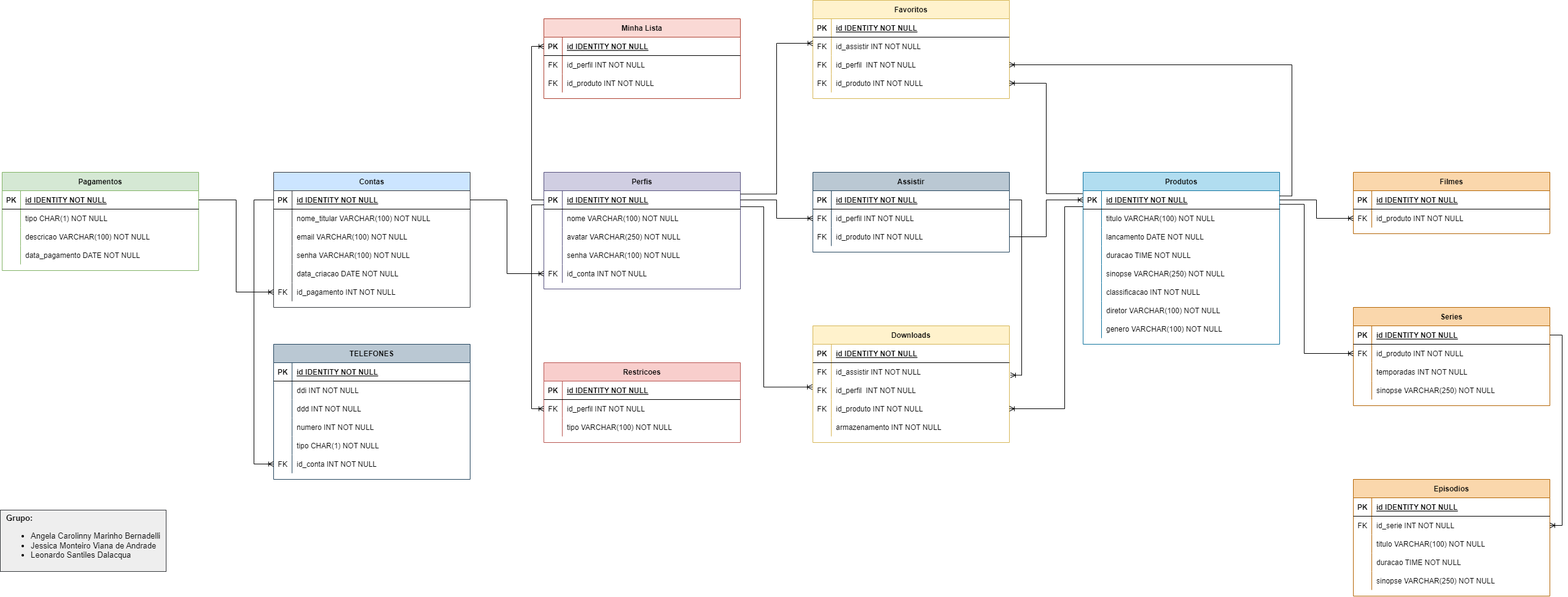
Earlier version of the draw.io export 03-modelo-logico/modelo-logico.png (leonardo-santiles/uniesp-banco-de-dados-I). Source tidied: cells renumbered, new cells last; positions are measured from the earlier drawing's top-left corner, leaving out a move shared by most shapes.
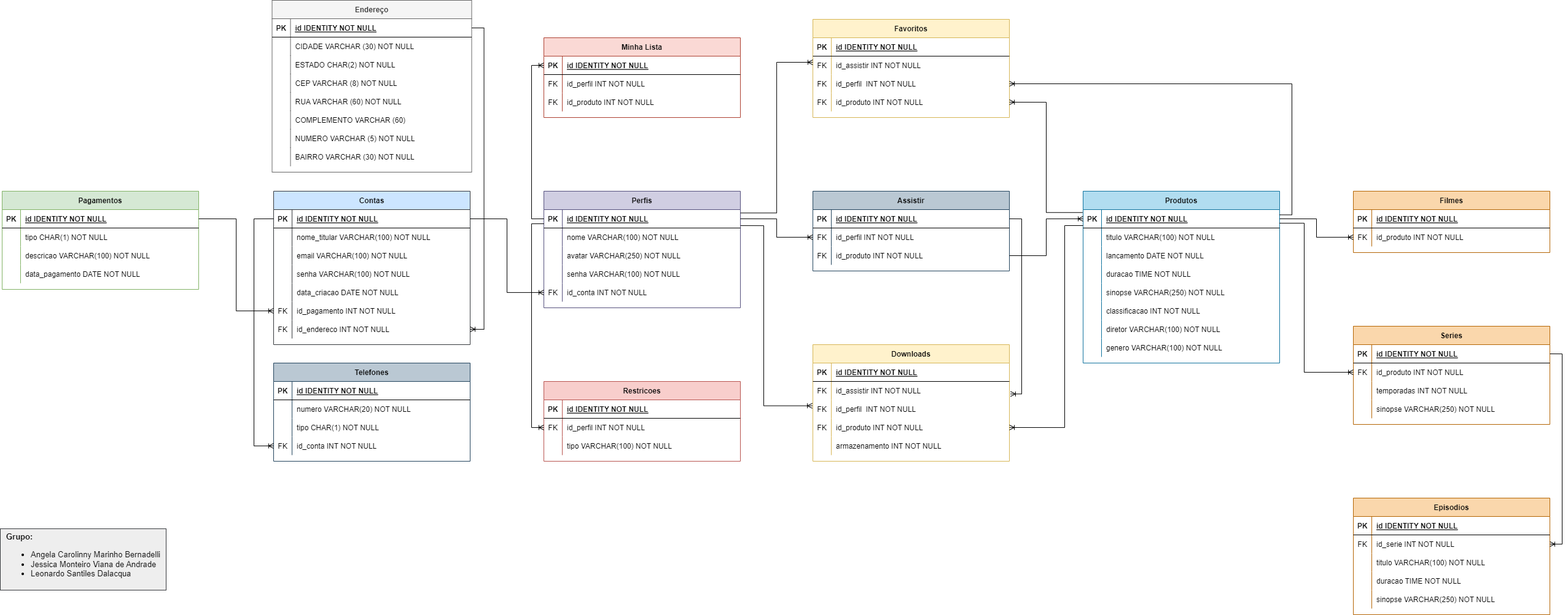
After the commit.

Commit message:
atualiza modelo lógico

The edit, as a diff of the source:
```diff
@@ -3,7 +3,7 @@
     <mxCell id="0" />
     <mxCell id="1" parent="0" />
     <mxCell id="2" value="Contas" style="shape=table;startSize=30;rowLines=0;fontStyle=1;align=center;fillColor=#cce5ff;strokeColor=#36393d;" parent="1" vertex="1">
-      <mxGeometry x="445" y="280" width="320" height="220" as="geometry" />
+      <mxGeometry x="445" y="280" width="320" height="250" as="geometry" />
     </mxCell>
     <mxCell id="3" style="shape=tableRow;horizontal=0;startSize=0;swimlaneHead=0;swimlaneBody=0;fillColor=none;points=[[0,0.5],[1,0.5]];portConstraint=eastwest;top=0;left=0;right=0;bottom=1;" parent="2" vertex="1">
       <mxGeometry y="30" width="320" height="30" as="geometry" />
@@ -59,8 +59,17 @@
     <mxCell id="20" value="id_pagamento INT NOT NULL" style="shape=partialRectangle;fillColor=none;top=0;left=0;bottom=0;right=0;align=left;spacingLeft=6;overflow=hidden;" parent="18" vertex="1">
       <mxGeometry x="30" width="290" height="30" as="geometry" />
     </mxCell>
+    <mxCell id="206" style="shape=tableRow;horizontal=0;startSize=0;swimlaneHead=0;swimlaneBody=0;fillColor=none;points=[[0,0.5],[1,0.5]];portConstraint=eastwest;top=0;left=0;right=0;bottom=0;" parent="2" vertex="1">
+      <mxGeometry y="210" width="320" height="30" as="geometry" />
+    </mxCell>
+    <mxCell id="207" value="FK" style="shape=partialRectangle;fillColor=none;top=0;left=0;bottom=0;right=0;overflow=hidden;" parent="206" vertex="1">
+      <mxGeometry width="30" height="30" as="geometry" />
+    </mxCell>
+    <mxCell id="208" value="id_endereco INT NOT NULL" style="shape=partialRectangle;fillColor=none;top=0;left=0;bottom=0;right=0;align=left;spacingLeft=6;overflow=hidden;" parent="206" vertex="1">
+      <mxGeometry x="30" width="290" height="30" as="geometry" />
+    </mxCell>
-    <mxCell id="21" value="TELEFONES" style="shape=table;startSize=30;rowLines=0;fontStyle=1;align=center;fillColor=#bac8d3;strokeColor=#23445d;" parent="1" vertex="1">
-      <mxGeometry x="445" y="560" width="320" height="220" as="geometry" />
+    <mxCell id="21" value="Telefones" style="shape=table;startSize=30;rowLines=0;fontStyle=1;align=center;fillColor=#bac8d3;strokeColor=#23445d;" parent="1" vertex="1">
+      <mxGeometry x="445" y="560" width="320" height="160" as="geometry" />
     </mxCell>
     <mxCell id="22" style="shape=tableRow;horizontal=0;startSize=0;swimlaneHead=0;swimlaneBody=0;fillColor=none;top=0;left=0;right=0;bottom=1;" parent="21" vertex="1">
       <mxGeometry y="30" width="320" height="30" as="geometry" />
@@ -71,35 +80,17 @@
     <mxCell id="24" value="id IDENTITY NOT NULL" style="shape=partialRectangle;fillColor=none;top=0;left=0;bottom=0;right=0;align=left;spacingLeft=6;fontStyle=5;overflow=hidden;" parent="22" vertex="1">
       <mxGeometry x="30" width="290" height="30" as="geometry" />
     </mxCell>
-    <mxCell id="25" style="shape=tableRow;horizontal=0;startSize=0;swimlaneHead=0;swimlaneBody=0;fillColor=none;top=0;left=0;right=0;bottom=0;" parent="21" vertex="1">
-      <mxGeometry y="60" width="320" height="30" as="geometry" />
-    </mxCell>
-    <mxCell id="26" style="shape=partialRectangle;fillColor=none;top=0;left=0;bottom=0;right=0;overflow=hidden;" parent="25" vertex="1">
-      <mxGeometry width="30" height="30" as="geometry" />
-    </mxCell>
-    <mxCell id="27" value="ddi INT NOT NULL" style="shape=partialRectangle;fillColor=none;top=0;left=0;bottom=0;right=0;align=left;spacingLeft=6;overflow=hidden;" parent="25" vertex="1">
-      <mxGeometry x="30" width="290" height="30" as="geometry" />
-    </mxCell>
-    <mxCell id="28" style="shape=tableRow;horizontal=0;startSize=0;swimlaneHead=0;swimlaneBody=0;fillColor=none;top=0;left=0;right=0;bottom=0;" parent="21" vertex="1">
-      <mxGeometry y="90" width="320" height="30" as="geometry" />
-    </mxCell>
-    <mxCell id="29" style="shape=partialRectangle;fillColor=none;top=0;left=0;bottom=0;right=0;overflow=hidden;" parent="28" vertex="1">
-      <mxGeometry width="30" height="30" as="geometry" />
-    </mxCell>
-    <mxCell id="30" value="ddd INT NOT NULL" style="shape=partialRectangle;fillColor=none;top=0;left=0;bottom=0;right=0;align=left;spacingLeft=6;overflow=hidden;" parent="28" vertex="1">
-      <mxGeometry x="30" width="290" height="30" as="geometry" />
-    </mxCell>
     <mxCell id="31" style="shape=tableRow;horizontal=0;startSize=0;swimlaneHead=0;swimlaneBody=0;fillColor=none;top=0;left=0;right=0;bottom=0;" parent="21" vertex="1">
-      <mxGeometry y="120" width="320" height="30" as="geometry" />
+      <mxGeometry y="60" width="320" height="30" as="geometry" />
     </mxCell>
     <mxCell id="32" style="shape=partialRectangle;fillColor=none;top=0;left=0;bottom=0;right=0;overflow=hidden;" parent="31" vertex="1">
       <mxGeometry width="30" height="30" as="geometry" />
     </mxCell>
-    <mxCell id="33" value="numero INT NOT NULL" style="shape=partialRectangle;fillColor=none;top=0;left=0;bottom=0;right=0;align=left;spacingLeft=6;overflow=hidden;" parent="31" vertex="1">
+    <mxCell id="33" value="numero VARCHAR(20) NOT NULL" style="shape=partialRectangle;fillColor=none;top=0;left=0;bottom=0;right=0;align=left;spacingLeft=6;overflow=hidden;" parent="31" vertex="1">
       <mxGeometry x="30" width="290" height="30" as="geometry" />
     </mxCell>
     <mxCell id="34" style="shape=tableRow;horizontal=0;startSize=0;swimlaneHead=0;swimlaneBody=0;fillColor=none;top=0;left=0;right=0;bottom=0;" parent="21" vertex="1">
-      <mxGeometry y="150" width="320" height="30" as="geometry" />
+      <mxGeometry y="90" width="320" height="30" as="geometry" />
     </mxCell>
     <mxCell id="35" style="shape=partialRectangle;fillColor=none;top=0;left=0;bottom=0;right=0;overflow=hidden;" parent="34" vertex="1">
       <mxGeometry width="30" height="30" as="geometry" />
@@ -108,7 +99,7 @@
       <mxGeometry x="30" width="290" height="30" as="geometry" />
     </mxCell>
     <mxCell id="37" style="shape=tableRow;horizontal=0;startSize=0;swimlaneHead=0;swimlaneBody=0;fillColor=none;points=[[0,0.5],[1,0.5]];portConstraint=eastwest;top=0;left=0;right=0;bottom=0;" parent="21" vertex="1">
-      <mxGeometry y="180" width="320" height="30" as="geometry" />
+      <mxGeometry y="120" width="320" height="30" as="geometry" />
     </mxCell>
     <mxCell id="38" value="FK" style="shape=partialRectangle;fillColor=none;top=0;left=0;bottom=0;right=0;overflow=hidden;" parent="37" vertex="1">
       <mxGeometry width="30" height="30" as="geometry" />
@@ -628,12 +619,90 @@
       <mxGeometry relative="1" as="geometry">
         <Array as="points">
           <mxPoint x="413" y="325" />
-          <mxPoint x="413" y="755" />
+          <mxPoint x="413" y="695" />
         </Array>
       </mxGeometry>
     </mxCell>
     <mxCell id="205" value="&lt;div style=&quot;text-align: left; font-size: 13px;&quot;&gt;&lt;b style=&quot;background-color: initial;&quot;&gt;Grupo:&lt;/b&gt;&lt;br&gt;&lt;/div&gt;&lt;font style=&quot;font-size: 13px;&quot;&gt;&lt;span id=&quot;docs-internal-guid-7353a7bc-7fff-5988-2c2f-52e2749c52a2&quot;&gt;&lt;div style=&quot;text-align: left;&quot;&gt;&lt;ul&gt;&lt;li&gt;&lt;span style=&quot;background-color: transparent; font-family: Arial;&quot;&gt;Angela Carolinny Marinho Bernadelli&lt;/span&gt;&lt;/li&gt;&lt;li&gt;Jessica Monteiro Viana de Andrade&lt;/li&gt;&lt;li&gt;Leonardo Santiles Dalacqua&lt;/li&gt;&lt;/ul&gt;&lt;/div&gt;&lt;/span&gt;&lt;/font&gt;" style="text;html=1;align=center;verticalAlign=middle;strokeColor=#36393d;fillColor=#eeeeee;" parent="1" vertex="1">
       <mxGeometry y="830" width="270" height="100" as="geometry" />
     </mxCell>
+    <mxCell id="209" value="Endereço" style="shape=table;startSize=30;rowLines=0;fontStyle=1;align=center;fillColor=#f5f5f5;strokeColor=#666666;fontColor=#333333;" parent="1" vertex="1">
+      <mxGeometry x="442.5" y="-31" width="325" height="280" as="geometry" />
+    </mxCell>
+    <mxCell id="210" style="shape=tableRow;horizontal=0;startSize=0;swimlaneHead=0;swimlaneBody=0;fillColor=none;points=[[0,0.5],[1,0.5]];portConstraint=eastwest;top=0;left=0;right=0;bottom=1;" parent="209" vertex="1">
+      <mxGeometry y="30" width="325" height="30" as="geometry" />
+    </mxCell>
+    <mxCell id="211" value="PK" style="shape=partialRectangle;fillColor=none;top=0;left=0;bottom=0;right=0;fontStyle=1;overflow=hidden;" parent="210" vertex="1">
+      <mxGeometry width="30" height="30" as="geometry" />
+    </mxCell>
+    <mxCell id="212" value="id IDENTITY NOT NULL" style="shape=partialRectangle;fillColor=none;top=0;left=0;bottom=0;right=0;align=left;spacingLeft=6;fontStyle=5;overflow=hidden;" parent="210" vertex="1">
+      <mxGeometry x="30" width="295" height="30" as="geometry" />
+    </mxCell>
+    <mxCell id="213" style="shape=tableRow;horizontal=0;startSize=0;swimlaneHead=0;swimlaneBody=0;fillColor=none;top=0;left=0;right=0;bottom=0;" parent="209" vertex="1">
+      <mxGeometry y="60" width="325" height="30" as="geometry" />
+    </mxCell>
+    <mxCell id="214" style="shape=partialRectangle;fillColor=none;top=0;left=0;bottom=0;right=0;overflow=hidden;" parent="213" vertex="1">
+      <mxGeometry width="30" height="30" as="geometry" />
+    </mxCell>
+    <mxCell id="215" value="CIDADE VARCHAR (30) NOT NULL" style="shape=partialRectangle;fillColor=none;top=0;left=0;bottom=0;right=0;align=left;spacingLeft=6;overflow=hidden;" parent="213" vertex="1">
+      <mxGeometry x="30" width="295" height="30" as="geometry" />
+    </mxCell>
+    <mxCell id="216" style="shape=tableRow;horizontal=0;startSize=0;swimlaneHead=0;swimlaneBody=0;fillColor=none;top=0;left=0;right=0;bottom=0;" parent="209" vertex="1">
+      <mxGeometry y="90" width="325" height="30" as="geometry" />
+    </mxCell>
+    <mxCell id="217" style="shape=partialRectangle;fillColor=none;top=0;left=0;bottom=0;right=0;overflow=hidden;" parent="216" vertex="1">
+      <mxGeometry width="30" height="30" as="geometry" />
+    </mxCell>
+    <mxCell id="218" value="ESTADO CHAR(2) NOT NULL" style="shape=partialRectangle;fillColor=none;top=0;left=0;bottom=0;right=0;align=left;spacingLeft=6;overflow=hidden;" parent="216" vertex="1">
+      <mxGeometry x="30" width="295" height="30" as="geometry" />
+    </mxCell>
+    <mxCell id="219" style="shape=tableRow;horizontal=0;startSize=0;swimlaneHead=0;swimlaneBody=0;fillColor=none;top=0;left=0;right=0;bottom=0;" parent="209" vertex="1">
+      <mxGeometry y="120" width="325" height="30" as="geometry" />
+    </mxCell>
+    <mxCell id="220" style="shape=partialRectangle;fillColor=none;top=0;left=0;bottom=0;right=0;overflow=hidden;" parent="219" vertex="1">
+      <mxGeometry width="30" height="30" as="geometry" />
+    </mxCell>
+    <mxCell id="221" value="CEP VARCHAR (8) NOT NULL" style="shape=partialRectangle;fillColor=none;top=0;left=0;bottom=0;right=0;align=left;spacingLeft=6;overflow=hidden;" parent="219" vertex="1">
+      <mxGeometry x="30" width="295" height="30" as="geometry" />
+    </mxCell>
+    <mxCell id="222" style="shape=tableRow;horizontal=0;startSize=0;swimlaneHead=0;swimlaneBody=0;fillColor=none;top=0;left=0;right=0;bottom=0;" parent="209" vertex="1">
+      <mxGeometry y="150" width="325" height="30" as="geometry" />
+    </mxCell>
+    <mxCell id="223" style="shape=partialRectangle;fillColor=none;top=0;left=0;bottom=0;right=0;overflow=hidden;" parent="222" vertex="1">
+      <mxGeometry width="30" height="30" as="geometry" />
+    </mxCell>
+    <mxCell id="224" value="RUA VARCHAR (60) NOT NULL" style="shape=partialRectangle;fillColor=none;top=0;left=0;bottom=0;right=0;align=left;spacingLeft=6;overflow=hidden;" parent="222" vertex="1">
+      <mxGeometry x="30" width="295" height="30" as="geometry" />
+    </mxCell>
+    <mxCell id="225" style="shape=tableRow;horizontal=0;startSize=0;swimlaneHead=0;swimlaneBody=0;fillColor=none;top=0;left=0;right=0;bottom=0;" parent="209" vertex="1">
+      <mxGeometry y="180" width="325" height="30" as="geometry" />
+    </mxCell>
+    <mxCell id="226" style="shape=partialRectangle;fillColor=none;top=0;left=0;bottom=0;right=0;overflow=hidden;" parent="225" vertex="1">
+      <mxGeometry width="30" height="30" as="geometry" />
+    </mxCell>
+    <mxCell id="227" value="COMPLEMENTO VARCHAR (60)" style="shape=partialRectangle;fillColor=none;top=0;left=0;bottom=0;right=0;align=left;spacingLeft=6;overflow=hidden;" parent="225" vertex="1">
+      <mxGeometry x="30" width="295" height="30" as="geometry" />
+    </mxCell>
+    <mxCell id="228" style="shape=tableRow;horizontal=0;startSize=0;swimlaneHead=0;swimlaneBody=0;fillColor=none;top=0;left=0;right=0;bottom=0;" parent="209" vertex="1">
+      <mxGeometry y="210" width="325" height="30" as="geometry" />
+    </mxCell>
+    <mxCell id="229" style="shape=partialRectangle;fillColor=none;top=0;left=0;bottom=0;right=0;overflow=hidden;" parent="228" vertex="1">
+      <mxGeometry width="30" height="30" as="geometry" />
+    </mxCell>
+    <mxCell id="230" value="NUMERO VARCHAR (5) NOT NULL" style="shape=partialRectangle;fillColor=none;top=0;left=0;bottom=0;right=0;align=left;spacingLeft=6;overflow=hidden;" parent="228" vertex="1">
+      <mxGeometry x="30" width="295" height="30" as="geometry" />
+    </mxCell>
+    <mxCell id="231" style="shape=tableRow;horizontal=0;startSize=0;swimlaneHead=0;swimlaneBody=0;fillColor=none;top=0;left=0;right=0;bottom=0;" parent="209" vertex="1">
+      <mxGeometry y="240" width="325" height="30" as="geometry" />
+    </mxCell>
+    <mxCell id="232" style="shape=partialRectangle;fillColor=none;top=0;left=0;bottom=0;right=0;overflow=hidden;" parent="231" vertex="1">
+      <mxGeometry width="30" height="30" as="geometry" />
+    </mxCell>
+    <mxCell id="233" value="BAIRRO VARCHAR (30) NOT NULL" style="shape=partialRectangle;fillColor=none;top=0;left=0;bottom=0;right=0;align=left;spacingLeft=6;overflow=hidden;" parent="231" vertex="1">
+      <mxGeometry x="30" width="295" height="30" as="geometry" />
+    </mxCell>
+    <mxCell id="234" style="edgeStyle=orthogonalEdgeStyle;rounded=0;jettySize=auto;html=1;exitX=1;exitY=0.5;exitDx=0;exitDy=0;entryX=1;entryY=0.5;entryDx=0;entryDy=0;endArrow=ERoneToMany;endFill=0;" parent="1" edge="1" source="210" target="206">
+      <mxGeometry relative="1" as="geometry" />
+    </mxCell>
   </root>
 </mxGraphModel>
```
